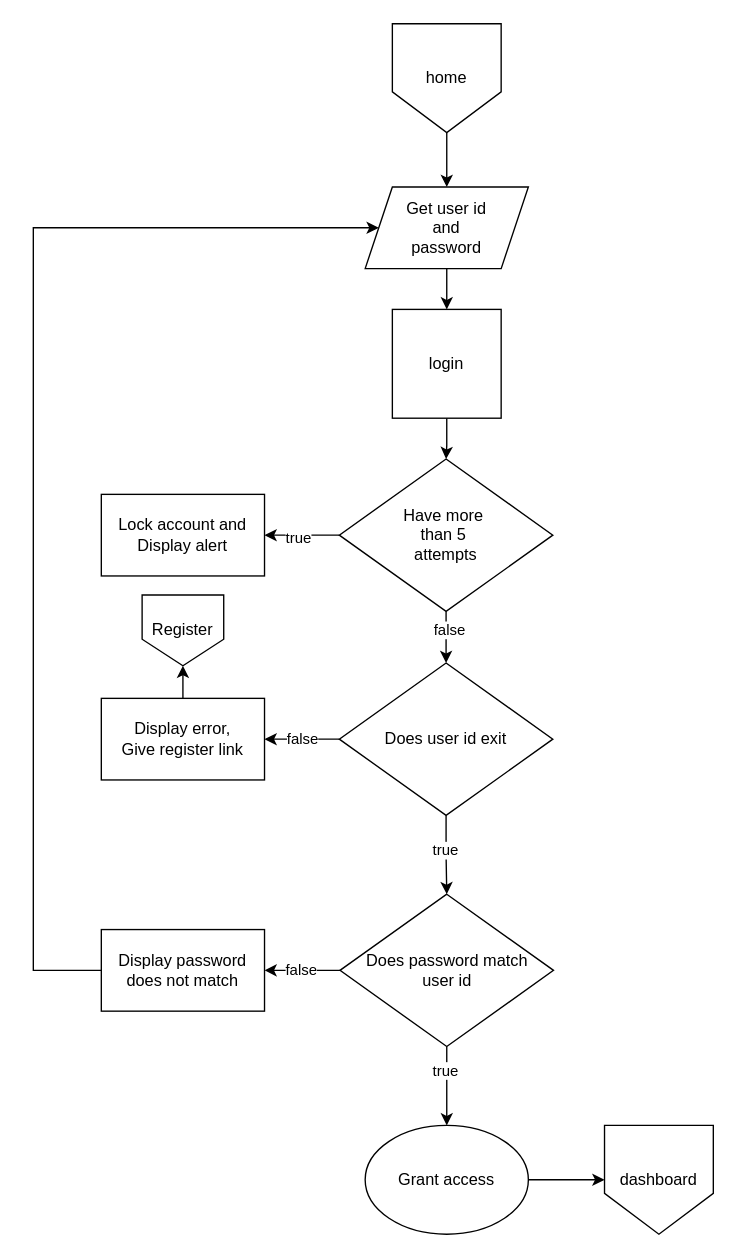
The draw.io diagram page "Login" (3 of 4) of diagrams/program.drawio in University-Bangkok-JW/cs497-project, before the edit. Source tidied: cells renumbered, new cells numbered last; positions are measured from the earlier drawing's top-left corner, leaving out a move shared by most shapes. Both pictures are drawn from the tidied source at 136%, with x=0, y=0 at pixel (33, 23).
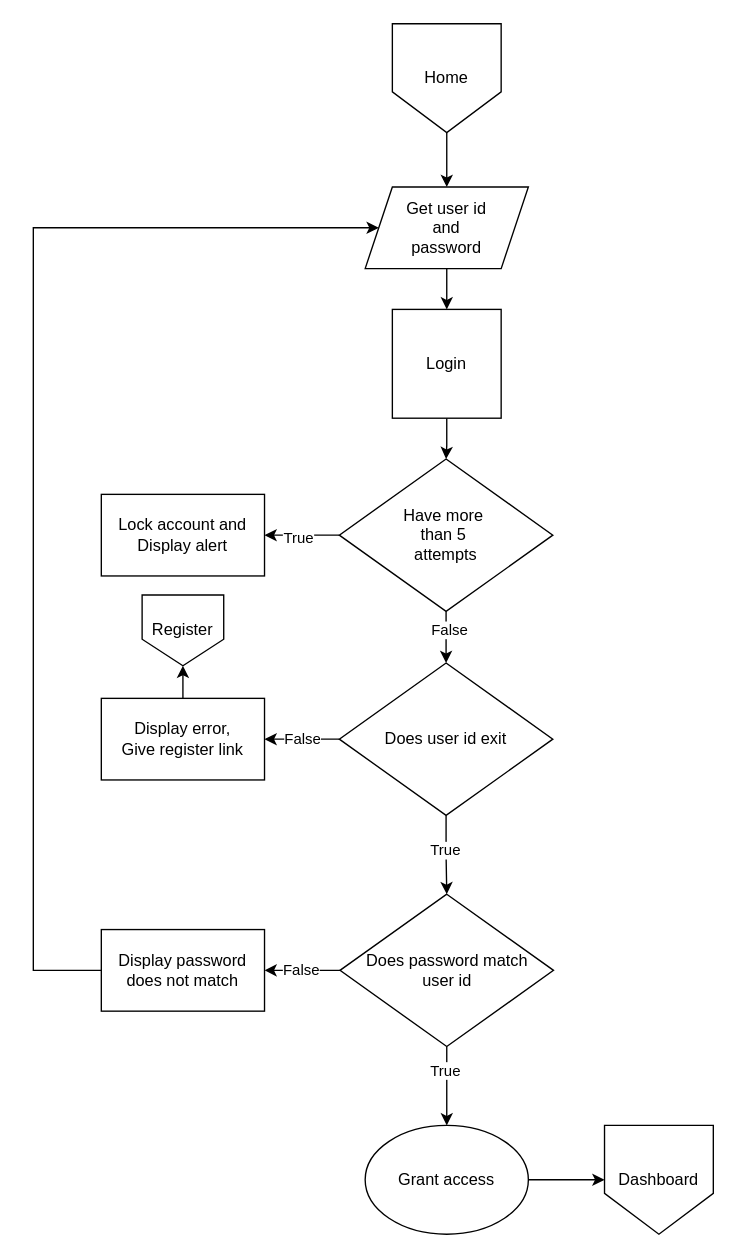
Above is the later version.

Unchanged cells that the change refers to:
```xml
<mxCell id="4" style="edgeStyle=orthogonalEdgeStyle;rounded=0;jettySize=auto;html=1;" parent="1" edge="1" source="8" target="13">
  <mxGeometry relative="1" as="geometry" />
</mxCell>
<mxCell id="6" style="edgeStyle=orthogonalEdgeStyle;rounded=0;jettySize=auto;html=1;" parent="1" edge="1" source="8" target="19">
  <mxGeometry relative="1" as="geometry" />
</mxCell>
<mxCell id="9" style="edgeStyle=orthogonalEdgeStyle;rounded=0;jettySize=auto;html=1;" parent="1" edge="1" source="13" target="18">
  <mxGeometry relative="1" as="geometry" />
</mxCell>
<mxCell id="11" style="edgeStyle=orthogonalEdgeStyle;rounded=0;jettySize=auto;html=1;" parent="1" edge="1" source="13" target="21">
  <mxGeometry relative="1" as="geometry" />
</mxCell>
<mxCell id="14" style="edgeStyle=orthogonalEdgeStyle;rounded=0;jettySize=auto;html=1;" parent="1" edge="1" source="18">
  <mxGeometry relative="1" as="geometry">
    <mxPoint x="304" y="810" as="targetPoint" />
  </mxGeometry>
</mxCell>
<mxCell id="16" style="edgeStyle=orthogonalEdgeStyle;rounded=0;jettySize=auto;html=1;" parent="1" edge="1" source="18" target="23">
  <mxGeometry relative="1" as="geometry" />
</mxCell>
```

What changed in the source:
```diff
@@
-    <mxCell id="3" value="home" style="shape=offPageConnector;whiteSpace=wrap;html=1;" parent="1" vertex="1">
+    <mxCell id="3" value="Home" style="shape=offPageConnector;whiteSpace=wrap;html=1;" parent="1" vertex="1">
       <mxGeometry x="264" width="80" height="80" as="geometry" />
     </mxCell>
@@
-    <mxCell id="5" value="false" style="edgeLabel;html=1;align=center;verticalAlign=middle;" parent="4" vertex="1">
+    <mxCell id="5" value="False" style="edgeLabel;html=1;align=center;verticalAlign=middle;" parent="4" vertex="1">
       <mxGeometry x="-0.38" y="2" relative="1" as="geometry" />
     </mxCell>
@@
-    <mxCell id="7" value="true" style="edgeLabel;html=1;align=center;verticalAlign=middle;" parent="6" vertex="1">
+    <mxCell id="7" value="True" style="edgeLabel;html=1;align=center;verticalAlign=middle;" parent="6" vertex="1">
       <mxGeometry x="0.11" y="1" relative="1" as="geometry" />
     </mxCell>
@@
-    <mxCell id="10" value="true" style="edgeLabel;html=1;align=center;verticalAlign=middle;" parent="9" vertex="1">
+    <mxCell id="10" value="True" style="edgeLabel;html=1;align=center;verticalAlign=middle;" parent="9" vertex="1">
       <mxGeometry x="-0.15" y="-1" relative="1" as="geometry" />
     </mxCell>
@@
-    <mxCell id="12" value="false" style="edgeLabel;html=1;align=center;verticalAlign=middle;" parent="11" vertex="1">
+    <mxCell id="12" value="False" style="edgeLabel;html=1;align=center;verticalAlign=middle;" parent="11" vertex="1">
       <mxGeometry y="-1" relative="1" as="geometry" />
     </mxCell>
@@
-    <mxCell id="15" value="true" style="edgeLabel;html=1;align=center;verticalAlign=middle;" parent="14" vertex="1">
+    <mxCell id="15" value="True" style="edgeLabel;html=1;align=center;verticalAlign=middle;" parent="14" vertex="1">
       <mxGeometry x="-0.41" y="-2" relative="1" as="geometry" />
     </mxCell>
@@
-    <mxCell id="17" value="false" style="edgeLabel;html=1;align=center;verticalAlign=middle;" parent="16" vertex="1">
+    <mxCell id="17" value="False" style="edgeLabel;html=1;align=center;verticalAlign=middle;" parent="16" vertex="1">
       <mxGeometry x="0.06" y="-1" relative="1" as="geometry" />
     </mxCell>
@@
-    <mxCell id="30" value="login" style="whiteSpace=wrap;html=1;" parent="1" vertex="1">
+    <mxCell id="30" value="Login" style="whiteSpace=wrap;html=1;" parent="1" vertex="1">
       <mxGeometry x="264" y="210" width="80" height="80" as="geometry" />
     </mxCell>
-    <mxCell id="31" value="dashboard" style="shape=offPageConnector;whiteSpace=wrap;html=1;" parent="1" vertex="1">
+    <mxCell id="31" value="Dashboard" style="shape=offPageConnector;whiteSpace=wrap;html=1;" parent="1" vertex="1">
       <mxGeometry x="420" y="810" width="80" height="80" as="geometry" />
     </mxCell>
```
